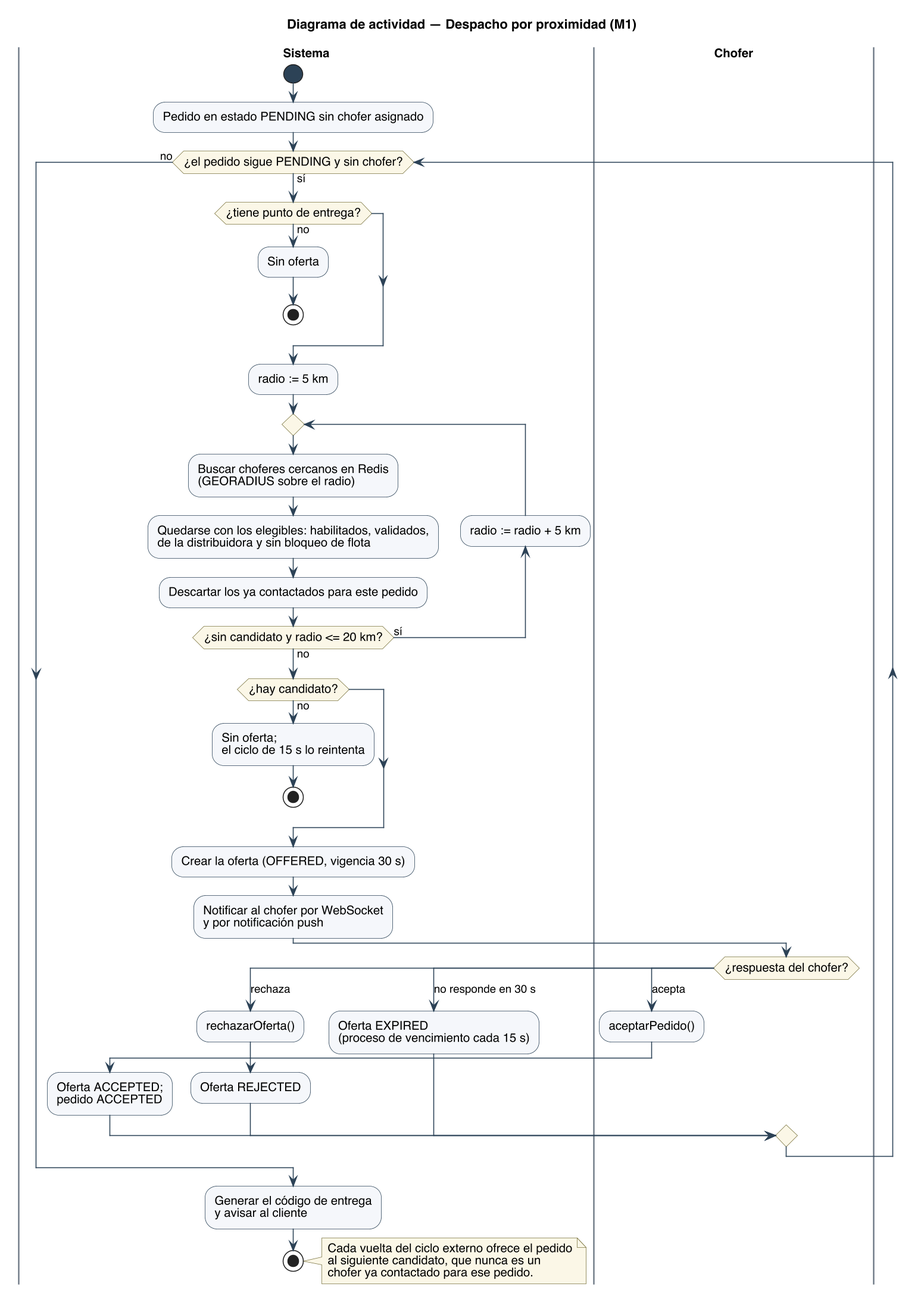
The PlantUML diagram diagramas/uml/UML_Actividad_Despacho.png in Nahuelito-Dev/splg-docs, before a commit. Its diagram source:
```plantuml
@startuml
title Diagrama de actividad — Despacho por proximidad (M1)
skinparam backgroundColor #FFFFFF
skinparam shadowing false
skinparam defaultFontName Helvetica
skinparam defaultFontSize 13
skinparam dpi 150
skinparam ArrowColor #2C4257
skinparam ArrowFontSize 12
skinparam activity {
  BackgroundColor #F4F7FA
  BorderColor #2C4257
  DiamondBackgroundColor #FBF7E6
  DiamondBorderColor #7A7340
  BarColor #2C4257
  StartColor #2C4257
  EndColor #2C4257
}
skinparam swimlane {
  BorderColor #6B7683
  TitleFontStyle bold
}
skinparam NoteBackgroundColor #FBF7E6
skinparam NoteBorderColor #7A7340
|Sistema|
start
:Pedido en estado PENDING sin chofer asignado;
while (¿el pedido sigue PENDING y sin chofer?) is (sí)
  if (¿tiene punto de entrega?) then (no)
    :Sin oferta;
    stop
  endif
  :radio := 5 km;
  repeat
    :Buscar choferes cercanos en Redis\n(GEORADIUS sobre el radio);
    :Quedarse con los elegibles: habilitados, validados,\nde la distribuidora y sin bloqueo de flota;
    :Descartar los ya contactados para este pedido;
    backward :radio := radio + 5 km;
  repeat while (¿sin candidato y radio <= 20 km?) is (sí) not (no)
  if (¿hay candidato?) then (no)
    :Sin oferta;\nel ciclo de 15 s lo reintenta;
    stop
  endif
  :Crear la oferta (OFFERED, vigencia 30 s);
  :Notificar al chofer por WebSocket\ny por notificación push;
  |Chofer|
  switch (¿respuesta del chofer?)
  case (acepta)
    :aceptarPedido();
    |Sistema|
    :Oferta ACCEPTED;\npedido ACCEPTED;
  case (rechaza)
    :rechazarOferta();
    |Sistema|
    :Oferta REJECTED;
  case (no responde en 30 s)
    |Sistema|
    :Oferta EXPIRED\n(proceso de vencimiento cada 15 s);
  endswitch
endwhile (no)
:Generar el código de entrega\ny avisar al cliente;
stop
note right
  Cada vuelta del ciclo externo ofrece el pedido
  al siguiente candidato, que nunca es un
  chofer ya contactado para ese pedido.
end note
@enduml
```
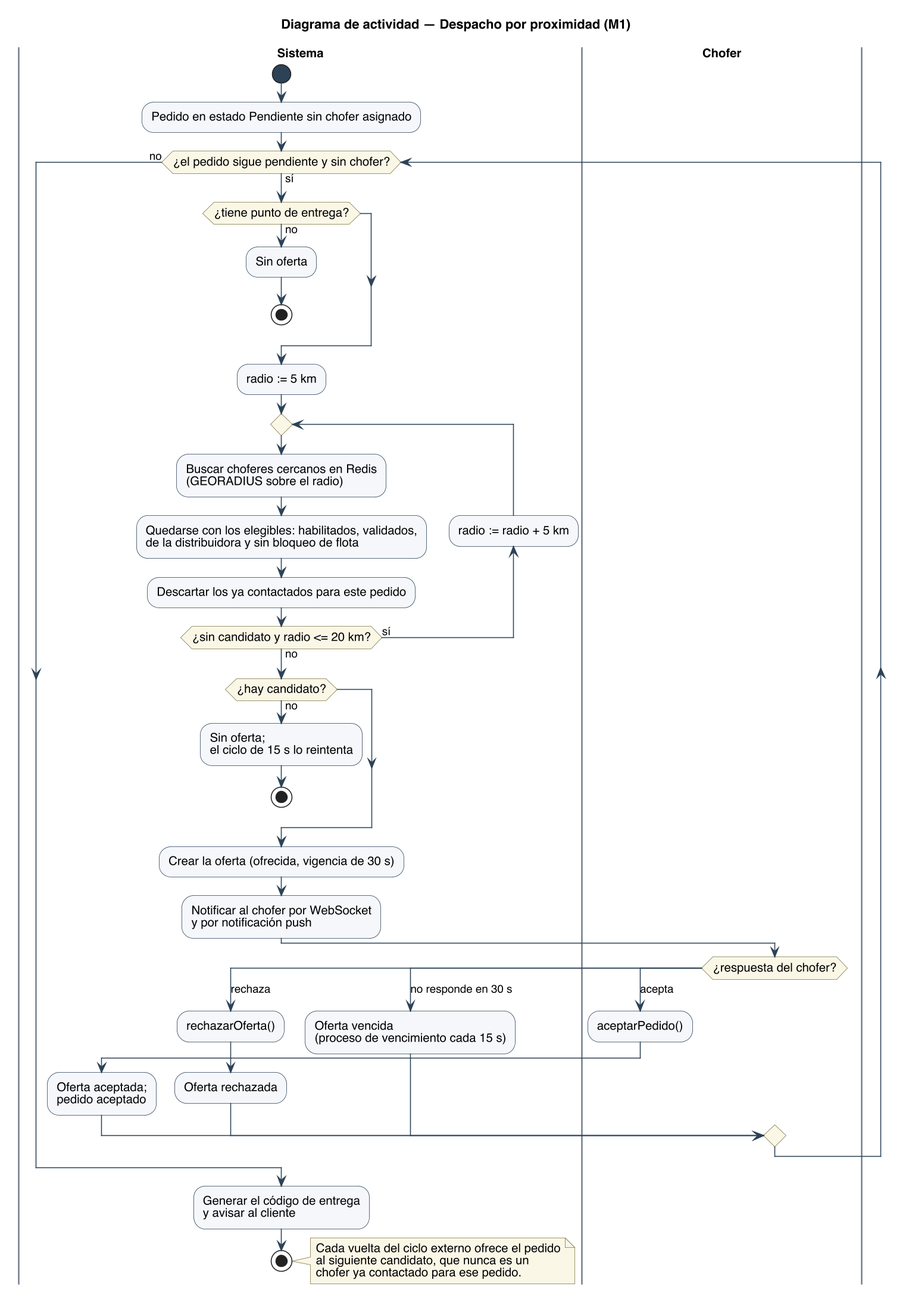
After the change.

Diff of the diagram source:
```diff
@@ -24,8 +24,8 @@
 skinparam NoteBorderColor #7A7340
 |Sistema|
 start
-:Pedido en estado PENDING sin chofer asignado;
-while (¿el pedido sigue PENDING y sin chofer?) is (sí)
+:Pedido en estado Pendiente sin chofer asignado;
+while (¿el pedido sigue pendiente y sin chofer?) is (sí)
   if (¿tiene punto de entrega?) then (no)
     :Sin oferta;
     stop
@@ -41,21 +41,21 @@
     :Sin oferta;\nel ciclo de 15 s lo reintenta;
     stop
   endif
-  :Crear la oferta (OFFERED, vigencia 30 s);
+  :Crear la oferta (ofrecida, vigencia de 30 s);
   :Notificar al chofer por WebSocket\ny por notificación push;
   |Chofer|
   switch (¿respuesta del chofer?)
   case (acepta)
     :aceptarPedido();
     |Sistema|
-    :Oferta ACCEPTED;\npedido ACCEPTED;
+    :Oferta aceptada;\npedido aceptado;
   case (rechaza)
     :rechazarOferta();
     |Sistema|
-    :Oferta REJECTED;
+    :Oferta rechazada;
   case (no responde en 30 s)
     |Sistema|
-    :Oferta EXPIRED\n(proceso de vencimiento cada 15 s);
+    :Oferta vencida\n(proceso de vencimiento cada 15 s);
   endswitch
 endwhile (no)
 :Generar el código de entrega\ny avisar al cliente;
```
